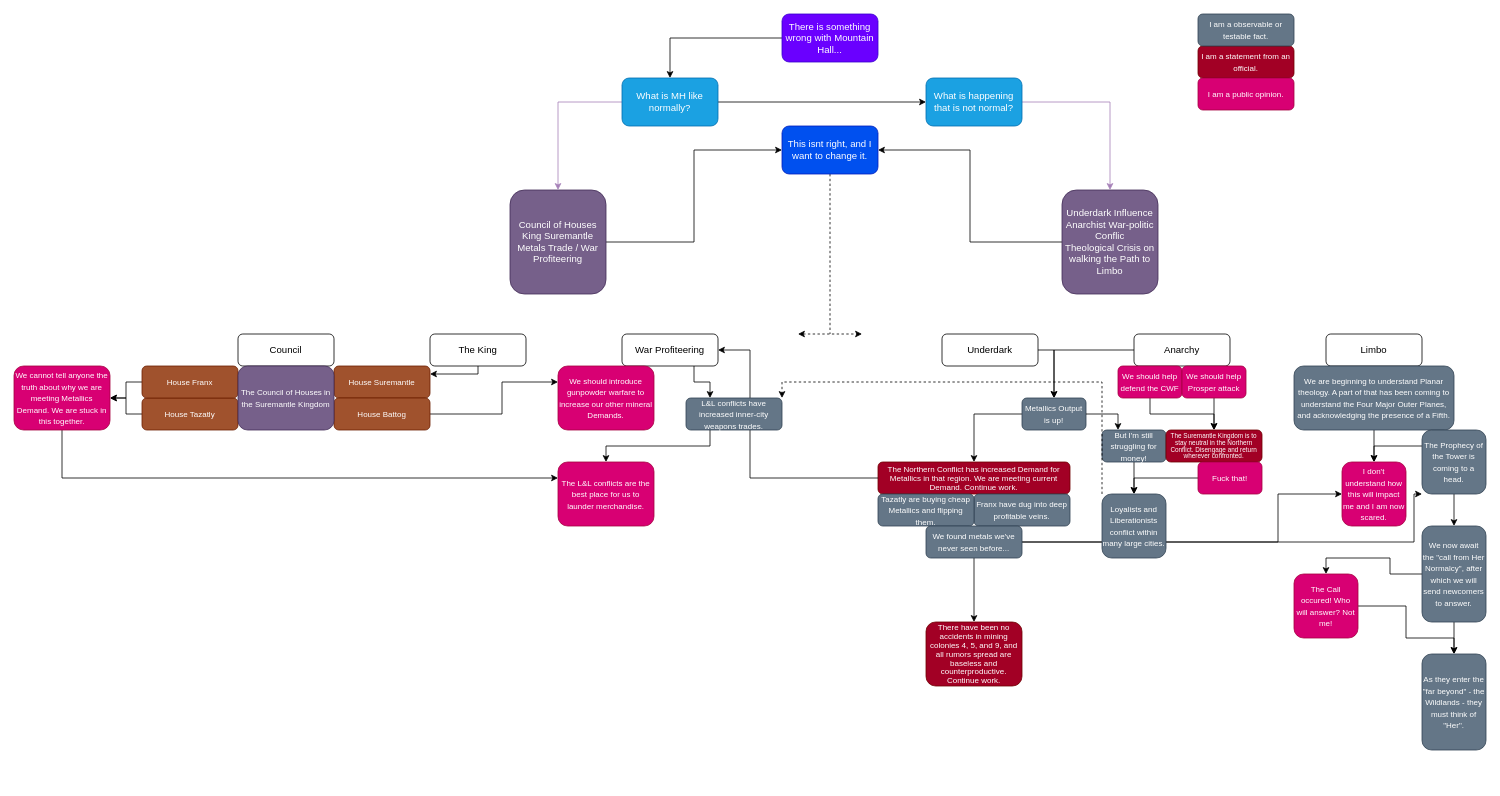
craftingcity/The-Known-World keeps this draw.io diagram as MEDIA/SUPP/mountainhall.drawio. Above is the earlier version. Source tidied: cells renumbered, new cells numbered last; positions are measured from the earlier drawing's top-left corner, leaving out a move shared by most shapes. Both pictures are drawn from the tidied source at 80%, with x=0, y=0 at pixel (14, 14).
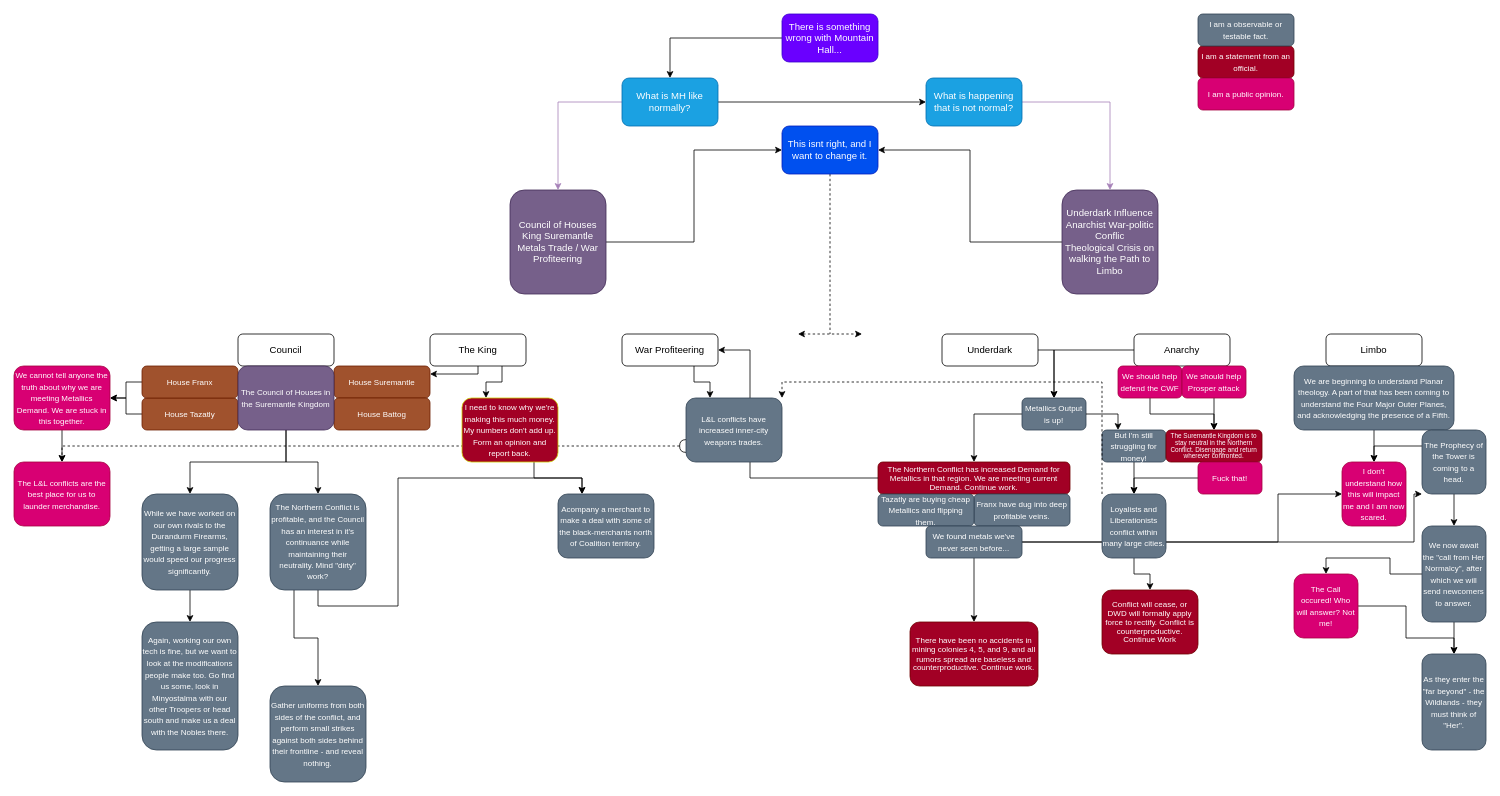
The same diagram, later.

The change refers to these unchanged cells:
```xml
<mxCell id="19" value="The King" style="rounded=1;whiteSpace=wrap;html=1;" parent="1" vertex="1">
  <mxGeometry x="520" y="400" width="120" height="40" as="geometry" />
</mxCell>
<mxCell id="41" value="&lt;font style=&quot;font-size: 10px;&quot;&gt;House Battog&lt;/font&gt;" style="rounded=1;whiteSpace=wrap;html=1;fillColor=#a0522d;fontColor=#ffffff;strokeColor=#6D1F00;" parent="1" vertex="1">
  <mxGeometry x="400" y="480" width="120" height="40" as="geometry" />
</mxCell>
<mxCell id="45" value="&lt;font style=&quot;font-size: 10px;&quot;&gt;The Council of Houses in the Suremantle Kingdom&lt;/font&gt;" style="rounded=1;whiteSpace=wrap;html=1;fillColor=#76608a;fontColor=#ffffff;strokeColor=#432D57;" parent="1" vertex="1">
  <mxGeometry x="280" y="440" width="120" height="80" as="geometry" />
</mxCell>
<mxCell id="55" value="&lt;span style=&quot;font-size: 10px;&quot;&gt;Loyalists and Liberationists conflict within many large cities.&lt;/span&gt;" style="rounded=1;whiteSpace=wrap;html=1;fillColor=#647687;fontColor=#ffffff;strokeColor=#314354;" parent="1" vertex="1">
  <mxGeometry x="1360" y="600" width="80" height="80" as="geometry" />
</mxCell>
<mxCell id="73" value="&lt;font style=&quot;font-size: 10px;&quot;&gt;We cannot tell anyone the truth about why we are meeting Metallics Demand. We are stuck in this together.&lt;/font&gt;" style="rounded=1;whiteSpace=wrap;html=1;fillColor=#d80073;fontColor=#ffffff;strokeColor=#A50040;" parent="1" vertex="1">
  <mxGeometry y="440" width="120" height="80" as="geometry" />
</mxCell>
```

Diff of the diagram source:
```diff
@@
+    <mxCell id="78" style="edgeStyle=orthogonalEdgeStyle;rounded=0;jettySize=auto;html=1;exitX=0.75;exitY=1;exitDx=0;exitDy=0;entryX=0.25;entryY=0;entryDx=0;entryDy=0;" parent="1" edge="1" source="19" target="92">
+      <mxGeometry relative="1" as="geometry" />
+    </mxCell>
@@
-    <mxCell id="40" style="edgeStyle=orthogonalEdgeStyle;rounded=0;jettySize=auto;html=1;exitX=1;exitY=0.5;exitDx=0;exitDy=0;entryX=0;entryY=0.25;entryDx=0;entryDy=0;" parent="1" edge="1" source="41" target="74">
-      <mxGeometry relative="1" as="geometry">
-        <Array as="points">
-          <mxPoint x="610" y="500" />
-          <mxPoint x="610" y="460" />
-        </Array>
-      </mxGeometry>
-    </mxCell>
@@
+    <mxCell id="79" style="edgeStyle=orthogonalEdgeStyle;rounded=0;jettySize=auto;html=1;exitX=0.5;exitY=1;exitDx=0;exitDy=0;" parent="1" edge="1" source="45" target="83">
+      <mxGeometry relative="1" as="geometry" />
+    </mxCell>
+    <mxCell id="80" style="edgeStyle=orthogonalEdgeStyle;rounded=0;jettySize=auto;html=1;exitX=0.5;exitY=1;exitDx=0;exitDy=0;entryX=0.5;entryY=0;entryDx=0;entryDy=0;" parent="1" edge="1" source="45" target="88">
+      <mxGeometry relative="1" as="geometry" />
+    </mxCell>
@@
+    <mxCell id="81" style="edgeStyle=orthogonalEdgeStyle;rounded=0;jettySize=auto;html=1;exitX=0.5;exitY=1;exitDx=0;exitDy=0;entryX=0.5;entryY=0;entryDx=0;entryDy=0;" parent="1" edge="1" source="55" target="85">
+      <mxGeometry relative="1" as="geometry" />
+    </mxCell>
@@
     <mxCell id="71" value="&lt;p style=&quot;line-height: 92%;&quot;&gt;&lt;font style=&quot;font-size: 10px;&quot;&gt;There have been no accidents in mining colonies 4, 5, and 9, and all rumors spread are baseless and counterproductive. Continue work.&lt;/font&gt;&lt;/p&gt;" style="rounded=1;whiteSpace=wrap;html=1;fillColor=#a20025;fontColor=#ffffff;strokeColor=#6F0000;" parent="1" vertex="1">
-      <mxGeometry x="1140" y="760" width="120" height="80" as="geometry" />
+      <mxGeometry x="1120" y="760" width="160" height="80" as="geometry" />
     </mxCell>
-    <mxCell id="72" style="edgeStyle=orthogonalEdgeStyle;rounded=0;jettySize=auto;html=1;exitX=0.5;exitY=1;exitDx=0;exitDy=0;entryX=0;entryY=0.25;entryDx=0;entryDy=0;" parent="1" edge="1" source="73" target="77">
+    <mxCell id="72" style="edgeStyle=orthogonalEdgeStyle;rounded=0;jettySize=auto;html=1;exitX=0.5;exitY=1;exitDx=0;exitDy=0;entryX=0.5;entryY=0;entryDx=0;entryDy=0;" parent="1" edge="1" source="73" target="77">
       <mxGeometry relative="1" as="geometry" />
     </mxCell>
@@
-    <mxCell id="74" value="&lt;font style=&quot;font-size: 10px;&quot;&gt;We should introduce gunpowder warfare to increase our other mineral Demands.&lt;/font&gt;" style="rounded=1;whiteSpace=wrap;html=1;fillColor=#d80073;fontColor=#ffffff;strokeColor=#A50040;" parent="1" vertex="1">
-      <mxGeometry x="680" y="440" width="120" height="80" as="geometry" />
-    </mxCell>
-    <mxCell id="75" style="edgeStyle=orthogonalEdgeStyle;rounded=0;jettySize=auto;html=1;exitX=0.25;exitY=1;exitDx=0;exitDy=0;entryX=0.5;entryY=0;entryDx=0;entryDy=0;" parent="1" edge="1" source="76" target="77">
-      <mxGeometry relative="1" as="geometry" />
+    <mxCell id="75" style="edgeStyle=orthogonalEdgeStyle;rounded=0;jettySize=auto;html=1;entryX=0.5;entryY=0;entryDx=0;entryDy=0;dashed=1;startArrow=halfCircle;startFill=0;exitX=0;exitY=0.75;exitDx=0;exitDy=0;targetPerimeterSpacing=0;" parent="1" edge="1" source="76" target="77">
+      <mxGeometry relative="1" as="geometry">
+        <Array as="points">
+          <mxPoint x="60" y="540" />
+        </Array>
+      </mxGeometry>
     </mxCell>
     <mxCell id="76" value="&lt;font style=&quot;font-size: 10px;&quot;&gt;L&amp;amp;L conflicts have increased inner-city weapons trades.&lt;/font&gt;" style="rounded=1;whiteSpace=wrap;html=1;fillColor=#647687;fontColor=#ffffff;strokeColor=#314354;" parent="1" vertex="1">
-      <mxGeometry x="840" y="480" width="120" height="40" as="geometry" />
+      <mxGeometry x="840" y="480" width="120" height="80" as="geometry" />
     </mxCell>
     <mxCell id="77" value="&lt;font style=&quot;font-size: 10px;&quot;&gt;The L&amp;amp;L conflicts are the best place for us to launder merchandise.&lt;/font&gt;" style="rounded=1;whiteSpace=wrap;html=1;fillColor=#d80073;fontColor=#ffffff;strokeColor=#A50040;" parent="1" vertex="1">
-      <mxGeometry x="680" y="560" width="120" height="80" as="geometry" />
+      <mxGeometry y="560" width="120" height="80" as="geometry" />
     </mxCell>
+    <mxCell id="82" style="edgeStyle=orthogonalEdgeStyle;rounded=0;jettySize=auto;html=1;exitX=0.5;exitY=1;exitDx=0;exitDy=0;entryX=0.5;entryY=0;entryDx=0;entryDy=0;" parent="1" edge="1" source="83" target="84">
+      <mxGeometry relative="1" as="geometry" />
+    </mxCell>
+    <mxCell id="83" value="&lt;font style=&quot;font-size: 10px;&quot;&gt;While we have worked on our own rivals to the Durandurm Firearms, getting a large sample would speed our progress significantly.&lt;/font&gt;" style="rounded=1;whiteSpace=wrap;html=1;fillColor=#647687;fontColor=#ffffff;strokeColor=#314354;" parent="1" vertex="1">
+      <mxGeometry x="160" y="600" width="120" height="120" as="geometry" />
+    </mxCell>
+    <mxCell id="84" value="&lt;font style=&quot;font-size: 10px;&quot;&gt;Again, working our own tech is fine, but we want to look at the modifications people make too. Go find us some, look in Minyostalma with our other Troopers or head south and make us a deal with the Nobles there.&lt;/font&gt;" style="rounded=1;whiteSpace=wrap;html=1;fillColor=#647687;fontColor=#ffffff;strokeColor=#314354;" parent="1" vertex="1">
+      <mxGeometry x="160" y="760" width="120" height="160" as="geometry" />
+    </mxCell>
+    <mxCell id="85" value="&lt;p style=&quot;line-height: 92%;&quot;&gt;&lt;font style=&quot;font-size: 10px;&quot;&gt;Conflict will cease, or DWD will formally apply force to rectify. Conflict is counterproductive. Continue Work&lt;/font&gt;&lt;/p&gt;" style="rounded=1;whiteSpace=wrap;html=1;fillColor=#a20025;fontColor=#ffffff;strokeColor=#6F0000;" parent="1" vertex="1">
+      <mxGeometry x="1360" y="720" width="120" height="80" as="geometry" />
+    </mxCell>
+    <mxCell id="86" style="edgeStyle=orthogonalEdgeStyle;rounded=0;jettySize=auto;html=1;exitX=0.5;exitY=1;exitDx=0;exitDy=0;entryX=0.25;entryY=0;entryDx=0;entryDy=0;" parent="1" edge="1" source="88" target="90">
+      <mxGeometry relative="1" as="geometry">
+        <Array as="points">
+          <mxPoint x="380" y="740" />
+          <mxPoint x="480" y="740" />
+          <mxPoint x="480" y="580" />
+          <mxPoint x="710" y="580" />
+        </Array>
+      </mxGeometry>
+    </mxCell>
+    <mxCell id="87" style="edgeStyle=orthogonalEdgeStyle;rounded=0;jettySize=auto;html=1;exitX=0.25;exitY=1;exitDx=0;exitDy=0;entryX=0.5;entryY=0;entryDx=0;entryDy=0;" parent="1" edge="1" source="88" target="89">
+      <mxGeometry relative="1" as="geometry" />
+    </mxCell>
+    <mxCell id="88" value="&lt;font style=&quot;font-size: 10px;&quot;&gt;The Northern Conflict is profitable, and the Council has an interest in it's continuance while maintaining their neutrality. Mind &quot;dirty&quot; work?&lt;/font&gt;" style="rounded=1;whiteSpace=wrap;html=1;fillColor=#647687;fontColor=#ffffff;strokeColor=#314354;" parent="1" vertex="1">
+      <mxGeometry x="320" y="600" width="120" height="120" as="geometry" />
+    </mxCell>
+    <mxCell id="89" value="&lt;font style=&quot;font-size: 10px;&quot;&gt;Gather uniforms from both sides of the conflict, and perform small strikes against both sides behind their frontline - and reveal nothing.&lt;/font&gt;" style="rounded=1;whiteSpace=wrap;html=1;fillColor=#647687;fontColor=#ffffff;strokeColor=#314354;" parent="1" vertex="1">
+      <mxGeometry x="320" y="840" width="120" height="120" as="geometry" />
+    </mxCell>
+    <mxCell id="90" value="&lt;span style=&quot;font-size: 10px;&quot;&gt;Acompany a merchant to make a deal with some of the black-merchants north of Coalition territory.&lt;/span&gt;" style="rounded=1;whiteSpace=wrap;html=1;fillColor=#647687;fontColor=#ffffff;strokeColor=#314354;" parent="1" vertex="1">
+      <mxGeometry x="680" y="600" width="120" height="80" as="geometry" />
+    </mxCell>
+    <mxCell id="91" style="edgeStyle=orthogonalEdgeStyle;rounded=0;jettySize=auto;html=1;exitX=0.75;exitY=1;exitDx=0;exitDy=0;entryX=0.25;entryY=0;entryDx=0;entryDy=0;" parent="1" edge="1" source="92" target="90">
+      <mxGeometry relative="1" as="geometry" />
+    </mxCell>
+    <mxCell id="92" value="&lt;span style=&quot;font-size: 10px;&quot;&gt;I need to know why we're making this much money. My numbers don't add up. Form an opinion and report back.&lt;/span&gt;" style="rounded=1;whiteSpace=wrap;html=1;fillColor=#a20025;fontColor=#ffffff;strokeColor=#CCCC00;" parent="1" vertex="1">
+      <mxGeometry x="560" y="480" width="120" height="80" as="geometry" />
+    </mxCell>
```
